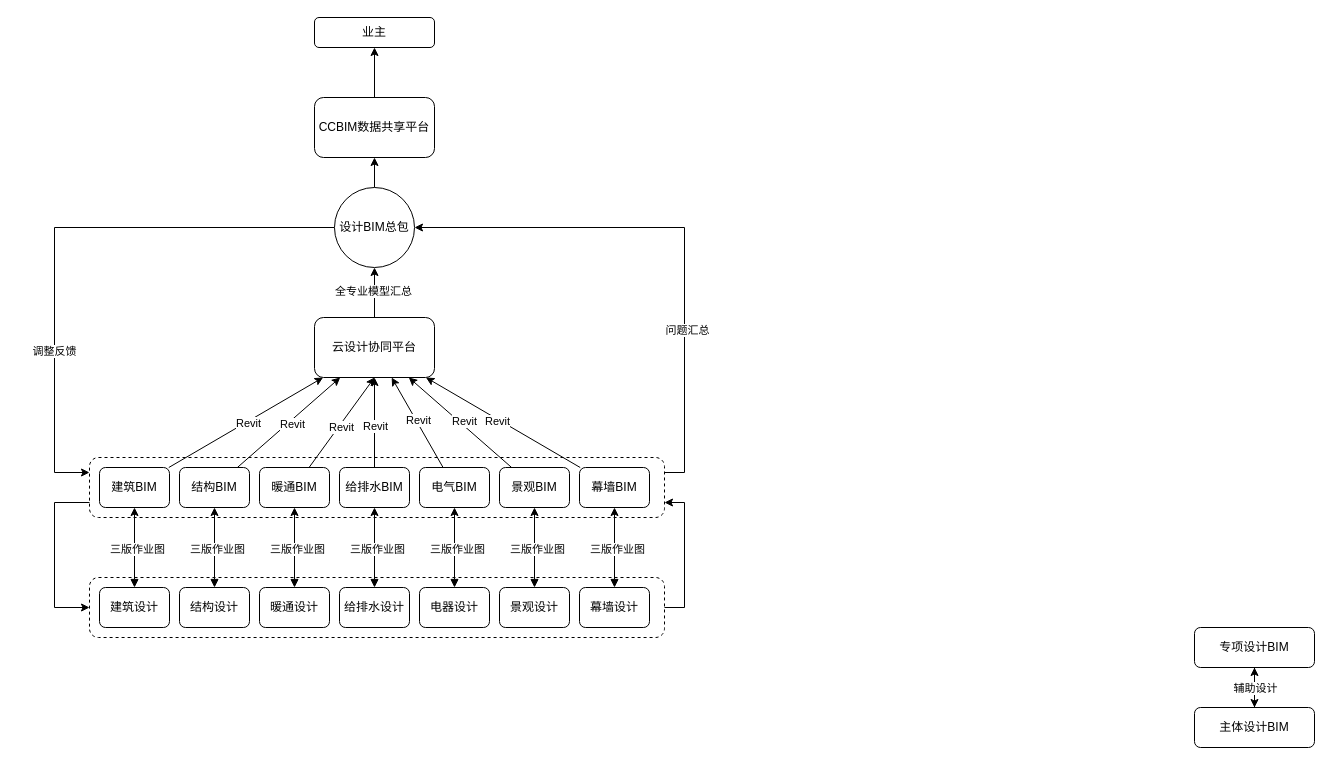
The draw.io diagram BIM总包.drawio in gaochaowyq/MinderGraph, before the edit. Source tidied: cells renumbered, new cells numbered last; positions are measured from the earlier drawing's top-left corner, leaving out a move shared by most shapes. Both pictures are drawn from the tidied source at 100%, with x=0, y=0 at pixel (54, 17).
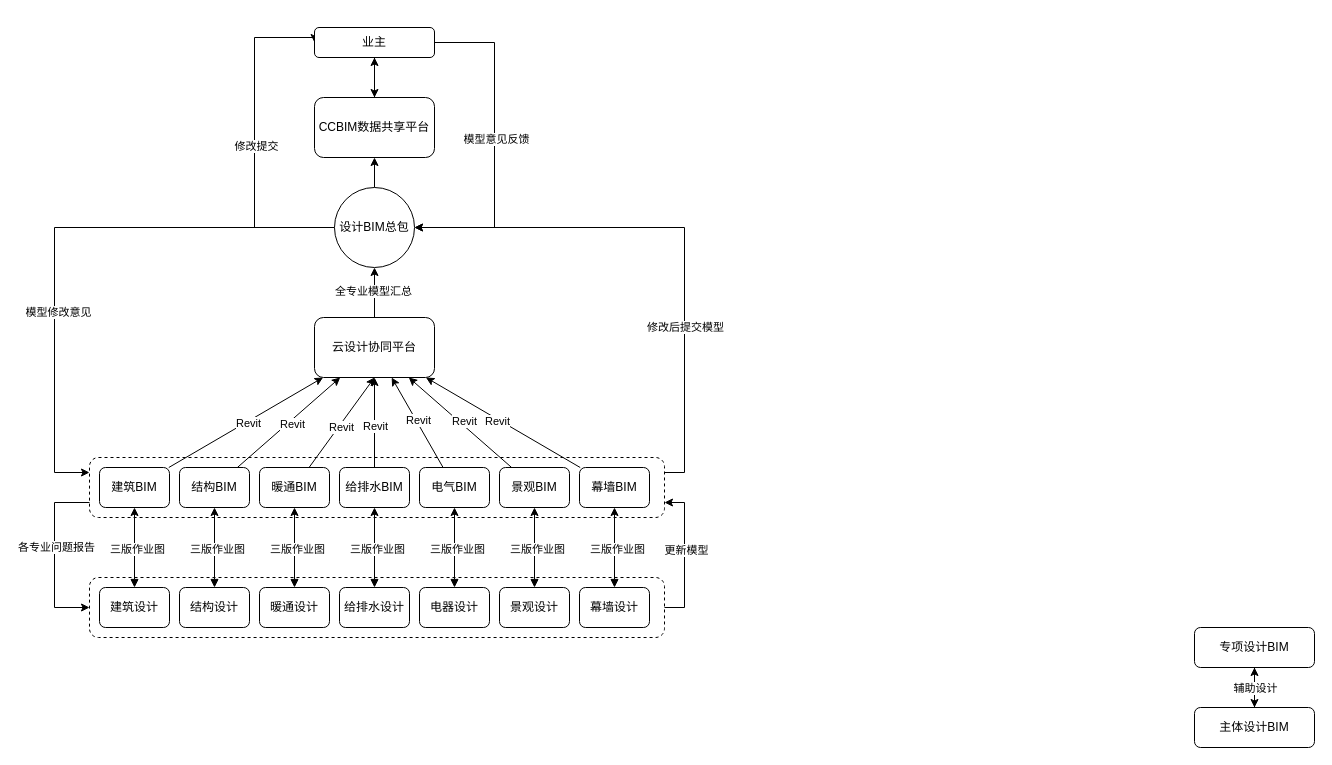
After the change.

Unchanged cells that the change refers to:
```xml
<mxCell id="3" style="edgeStyle=orthogonalEdgeStyle;rounded=0;jettySize=auto;html=1;entryX=0;entryY=0.25;entryDx=0;entryDy=0;exitX=0;exitY=0.5;exitDx=0;exitDy=0;" parent="1" edge="1" source="5" target="62">
  <mxGeometry relative="1" as="geometry">
    <Array as="points">
      <mxPoint y="210" />
      <mxPoint y="455" />
    </Array>
  </mxGeometry>
</mxCell>
<mxCell id="5" value="设计BIM总包" style="ellipse;whiteSpace=wrap;html=1;" parent="1" vertex="1">
  <mxGeometry x="280" y="170" width="80" height="80" as="geometry" />
</mxCell>
<mxCell id="19" value="CCBIM数据共享平台" style="rounded=1;whiteSpace=wrap;html=1;" parent="1" vertex="1">
  <mxGeometry x="260" y="80" width="120" height="60" as="geometry" />
</mxCell>
<mxCell id="59" style="edgeStyle=orthogonalEdgeStyle;rounded=0;jettySize=auto;html=1;entryX=1;entryY=0.5;entryDx=0;entryDy=0;exitX=1;exitY=0.25;exitDx=0;exitDy=0;" parent="1" edge="1" source="62" target="5">
  <mxGeometry relative="1" as="geometry" />
</mxCell>
<mxCell id="62" style="rounded=1;whiteSpace=wrap;html=1;dashed=1;fillColor=none;" parent="1" vertex="1">
  <mxGeometry x="35" y="440" width="575" height="60" as="geometry" />
</mxCell>
<mxCell id="63" style="edgeStyle=orthogonalEdgeStyle;rounded=0;jettySize=auto;html=1;entryX=1;entryY=0.75;entryDx=0;entryDy=0;exitX=1;exitY=0.5;exitDx=0;exitDy=0;" parent="1" edge="1" source="64" target="62">
  <mxGeometry relative="1" as="geometry" />
</mxCell>
<mxCell id="64" style="rounded=1;whiteSpace=wrap;html=1;fillColor=none;dashed=1;" parent="1" vertex="1">
  <mxGeometry x="35" y="560" width="575" height="60" as="geometry" />
</mxCell>
```

The edit, as a diff of the source:
```diff
@@
-    <mxCell id="4" value="调整反馈" style="edgeLabel;html=1;align=center;verticalAlign=middle;" parent="3" vertex="1">
-      <mxGeometry x="0.44" y="-1" relative="1" as="geometry" />
-    </mxCell>
+    <mxCell id="65" value="模型修改意见" style="edgeLabel;html=1;align=center;verticalAlign=middle;" parent="3" vertex="1">
+      <mxGeometry x="0.3" y="3" relative="1" as="geometry" />
+    </mxCell>
+    <mxCell id="66" style="edgeStyle=orthogonalEdgeStyle;rounded=0;jettySize=auto;html=1;entryX=0;entryY=0.5;entryDx=0;entryDy=0;exitX=0;exitY=0.5;exitDx=0;exitDy=0;" parent="1" edge="1" source="5" target="11">
+      <mxGeometry relative="1" as="geometry">
+        <Array as="points">
+          <mxPoint x="200" y="210" />
+          <mxPoint x="200" y="20" />
+        </Array>
+      </mxGeometry>
+    </mxCell>
+    <mxCell id="67" value="修改提交" style="edgeLabel;html=1;align=center;verticalAlign=middle;" parent="66" vertex="1">
+      <mxGeometry x="-0.03" y="-1" relative="1" as="geometry" />
+    </mxCell>
@@
+    <mxCell id="68" style="edgeStyle=orthogonalEdgeStyle;rounded=0;jettySize=auto;html=1;entryX=1;entryY=0.5;entryDx=0;entryDy=0;exitX=1;exitY=0.5;exitDx=0;exitDy=0;" parent="1" edge="1" source="11" target="5">
+      <mxGeometry relative="1" as="geometry">
+        <Array as="points">
+          <mxPoint x="440" y="25" />
+          <mxPoint x="440" y="210" />
+        </Array>
+      </mxGeometry>
+    </mxCell>
+    <mxCell id="69" value="模型意见反馈" style="edgeLabel;html=1;align=center;verticalAlign=middle;" parent="68" vertex="1">
+      <mxGeometry x="-0.04" y="1" relative="1" as="geometry" />
+    </mxCell>
+    <mxCell id="70" style="edgeStyle=orthogonalEdgeStyle;rounded=0;jettySize=auto;html=1;" parent="1" edge="1" source="11" target="19">
+      <mxGeometry relative="1" as="geometry" />
+    </mxCell>
     <mxCell id="11" value="业主" style="rounded=1;whiteSpace=wrap;html=1;" parent="1" vertex="1">
-      <mxGeometry x="260" width="120" height="30" as="geometry" />
+      <mxGeometry x="260" y="10" width="120" height="30" as="geometry" />
     </mxCell>
@@
+    <mxCell id="61" style="edgeStyle=orthogonalEdgeStyle;rounded=0;jettySize=auto;html=1;entryX=0;entryY=0.5;entryDx=0;entryDy=0;exitX=0;exitY=0.75;exitDx=0;exitDy=0;" parent="1" edge="1" source="62" target="64">
+      <mxGeometry relative="1" as="geometry">
+        <Array as="points">
+          <mxPoint y="485" />
+          <mxPoint y="590" />
+        </Array>
+      </mxGeometry>
+    </mxCell>
+    <mxCell id="71" value="各专业问题报告" style="edgeLabel;html=1;align=center;verticalAlign=middle;" parent="61" vertex="1">
+      <mxGeometry x="-0.1" y="1" relative="1" as="geometry" />
+    </mxCell>
@@
-    <mxCell id="60" value="问题汇总" style="edgeLabel;html=1;align=center;verticalAlign=middle;" parent="59" vertex="1">
-      <mxGeometry x="-0.39" y="-2" relative="1" as="geometry" />
-    </mxCell>
-    <mxCell id="61" style="edgeStyle=orthogonalEdgeStyle;rounded=0;jettySize=auto;html=1;entryX=0;entryY=0.5;entryDx=0;entryDy=0;exitX=0;exitY=0.75;exitDx=0;exitDy=0;" parent="1" edge="1" source="62" target="64">
-      <mxGeometry relative="1" as="geometry">
-        <Array as="points">
-          <mxPoint y="485" />
-          <mxPoint y="590" />
-        </Array>
-      </mxGeometry>
-    </mxCell>
+    <mxCell id="72" value="修改后提交模型" style="edgeLabel;html=1;align=center;verticalAlign=middle;" parent="59" vertex="1">
+      <mxGeometry x="-0.38" relative="1" as="geometry" />
+    </mxCell>
@@
+    <mxCell id="73" value="更新模型" style="edgeLabel;html=1;align=center;verticalAlign=middle;" parent="63" vertex="1">
+      <mxGeometry x="0.07" y="-1" relative="1" as="geometry" />
+    </mxCell>
```
